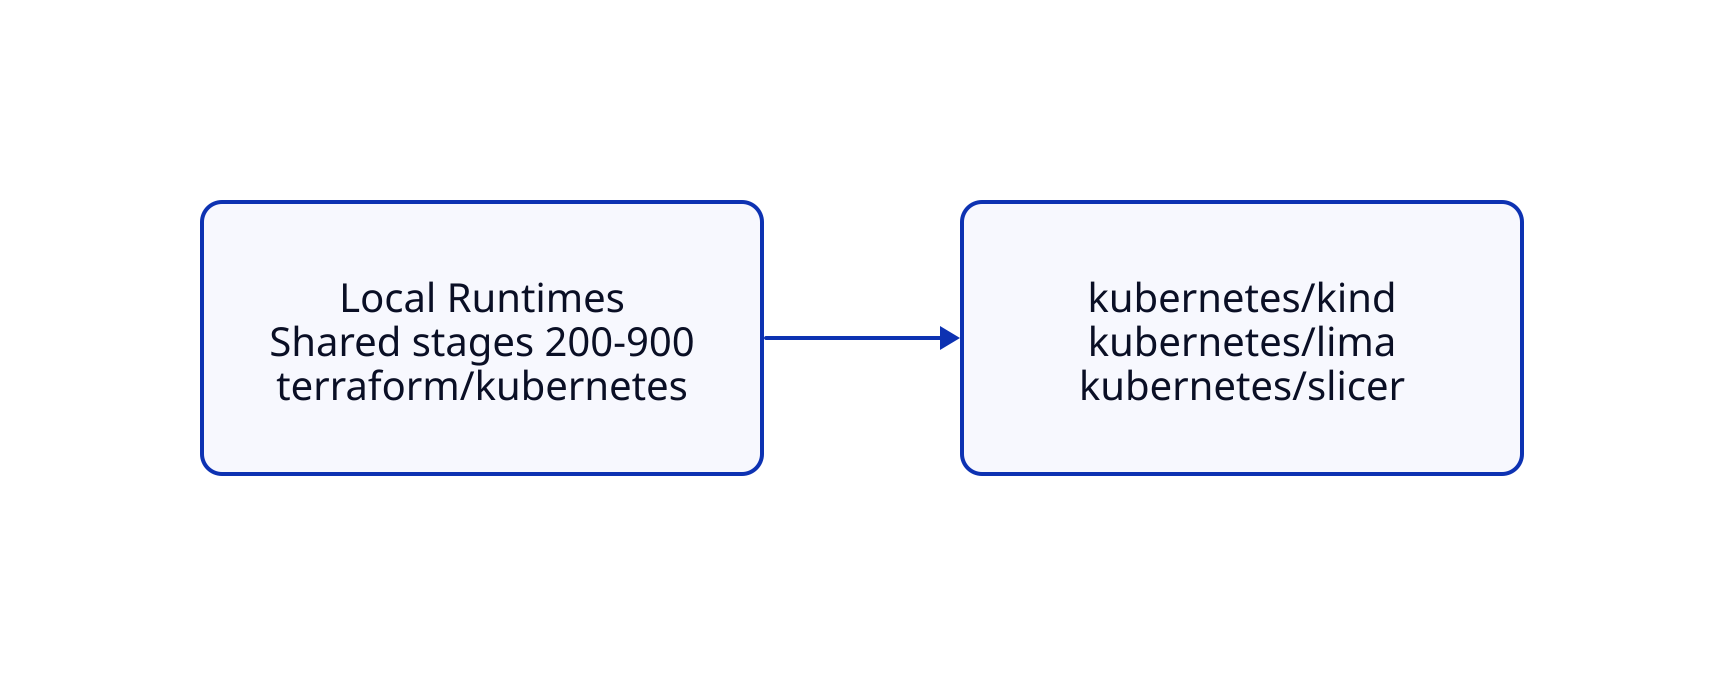
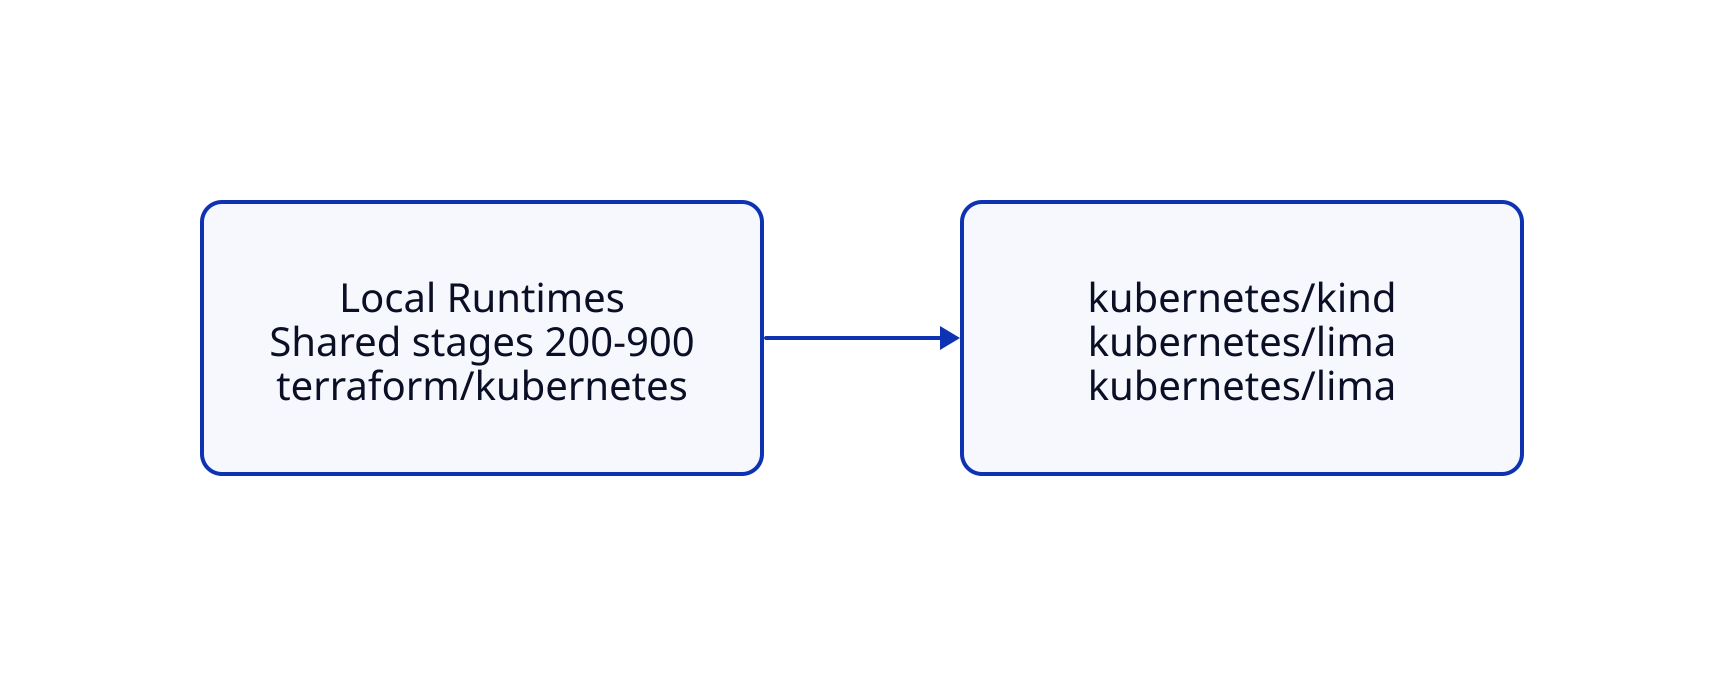
# Auto-migrated D2 source for /diagrams/generated/concepts-local-runtimes-1-light.svg.
# Replace labels/edges here when improving the diagram; do not edit rendered SVG.
# @light public/diagrams/generated/concepts-local-runtimes-1-light.svg
# @dark public/diagrams/generated/concepts-local-runtimes-1-dark.svg
# @layout elk
# @pad 64

direction: right

style.fill: transparent

n01: {
  label: "Local Runtimes\nShared stages 200-900\nterraform/kubernetes"
  width: 280
  height: 136
  style.font-size: 20
  style.border-radius: 10
}

n02: {
-   label: "kubernetes/kind\nkubernetes/lima\nkubernetes/slicer"
+   label: "kubernetes/kind\nkubernetes/lima\nkubernetes/lima"
  width: 280
  height: 136
  style.font-size: 20
  style.border-radius: 10
}

n01 -> n02
